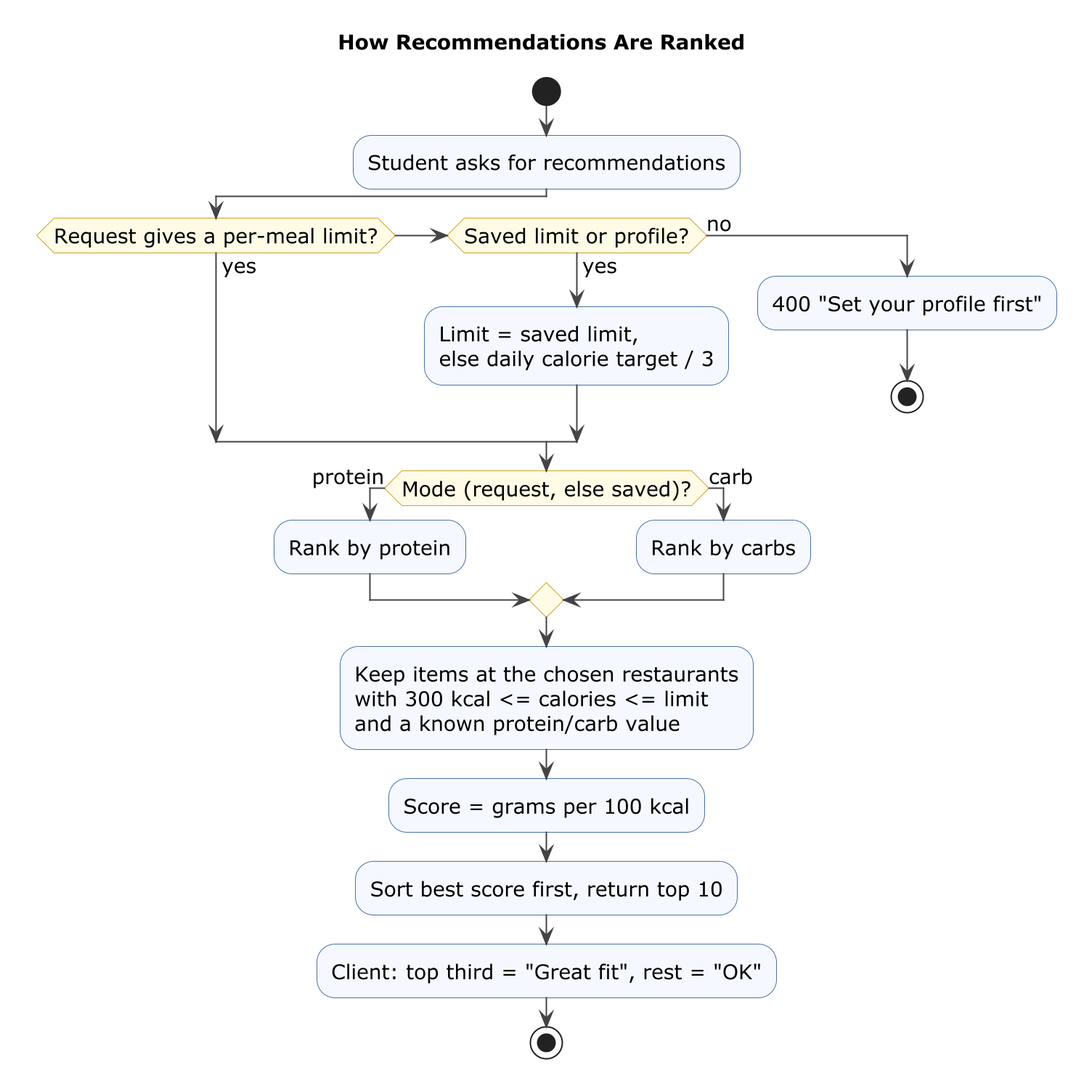
Earlier version of the PlantUML export docs/diagrams/activity-recommendations.png (polter-dev/POOSD_large_proj).
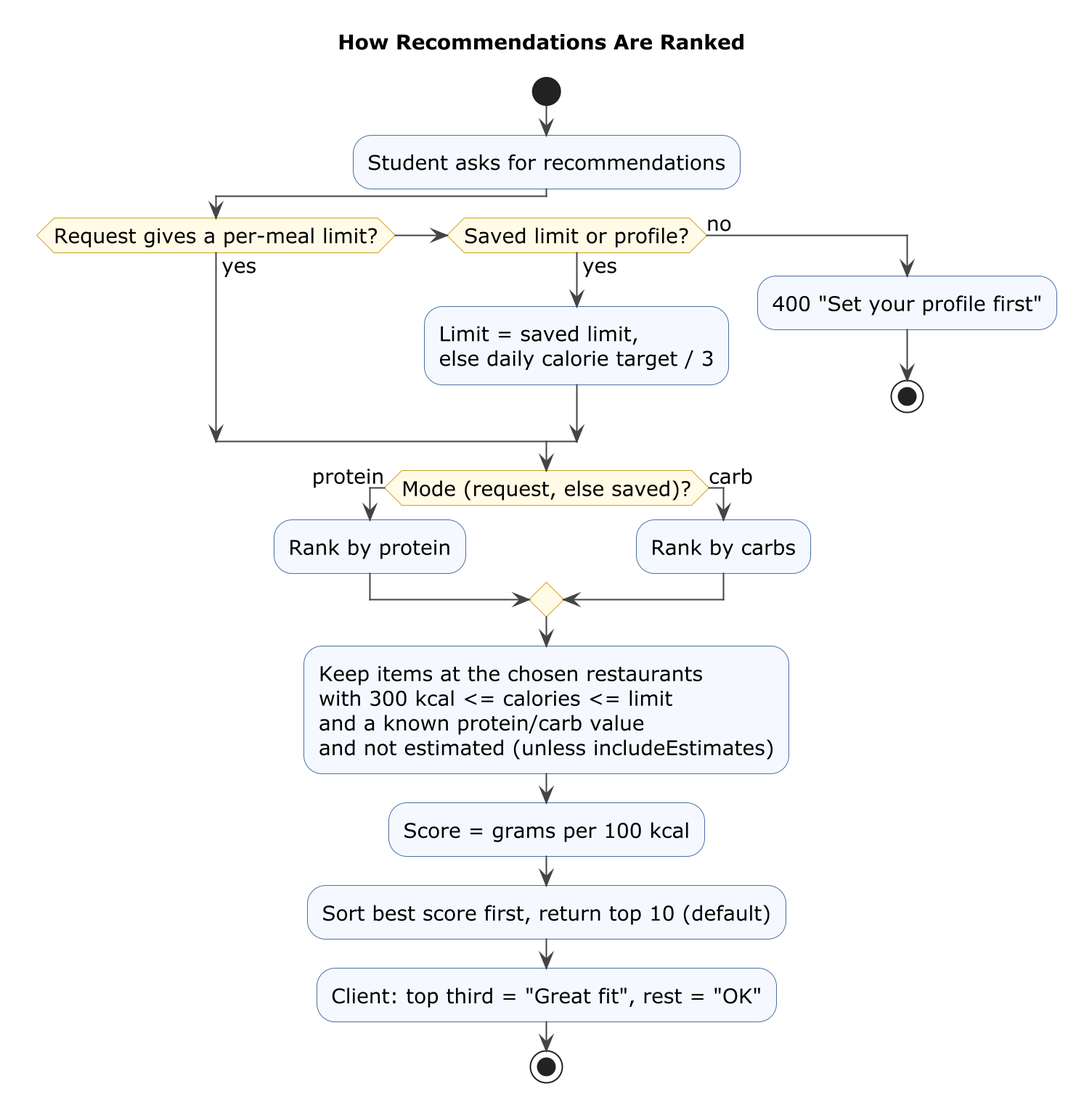
The same file after the commit.

Commit message:
Diagrams: estimates filter, profile-missing 400, default top 10 (review on #97)

Diff of the diagram source:
```diff
@@ -26,9 +26,9 @@
 else (carb)
   :Rank by carbs;
 endif
-:Keep items at the chosen restaurants\nwith 300 kcal <= calories <= limit\nand a known protein/carb value;
+:Keep items at the chosen restaurants\nwith 300 kcal <= calories <= limit\nand a known protein/carb value\nand not estimated (unless includeEstimates);
 :Score = grams per 100 kcal;
-:Sort best score first, return top 10;
+:Sort best score first, return top 10 (default);
 :Client: top third = "Great fit", rest = "OK";
 stop
 
```
